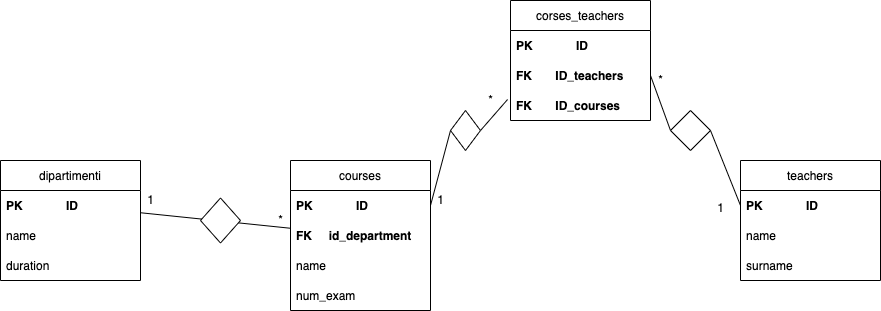
The draw.io diagram diagram.png in Vasmayer/db-university, before a commit. Source tidied: cells renumbered, new cells last; positions are measured from the earlier drawing's top-left corner, leaving out a move shared by most shapes. The source it was exported from:
```xml
<mxGraphModel>
  <root>
    <mxCell id="0" />
    <mxCell id="1" parent="0" />
    <mxCell id="2" value="dipartimenti" style="swimlane;fontStyle=0;horizontal=1;startSize=30;" parent="1" vertex="1">
      <mxGeometry y="160" width="140" height="120" as="geometry" />
    </mxCell>
    <mxCell id="3" value="PK             ID" style="text;strokeColor=none;fillColor=none;align=left;verticalAlign=middle;spacingLeft=4;spacingRight=4;overflow=hidden;points=[[0,0.5],[1,0.5]];portConstraint=eastwest;fontStyle=1;" parent="2" vertex="1">
      <mxGeometry y="30" width="140" height="30" as="geometry" />
    </mxCell>
    <mxCell id="4" value="name" style="text;strokeColor=none;fillColor=none;align=left;verticalAlign=middle;spacingLeft=4;spacingRight=4;overflow=hidden;" parent="2" vertex="1">
      <mxGeometry y="60" width="140" height="30" as="geometry" />
    </mxCell>
    <mxCell id="5" value="duration" style="text;strokeColor=none;fillColor=none;align=left;verticalAlign=middle;spacingLeft=4;spacingRight=4;overflow=hidden;" parent="2" vertex="1">
      <mxGeometry y="90" width="140" height="30" as="geometry" />
    </mxCell>
    <mxCell id="6" value="courses" style="swimlane;fontStyle=0;horizontal=1;startSize=30;" parent="1" vertex="1">
      <mxGeometry x="290" y="160" width="140" height="150" as="geometry" />
    </mxCell>
    <mxCell id="7" value="PK             ID" style="text;strokeColor=none;fillColor=none;align=left;verticalAlign=middle;spacingLeft=4;spacingRight=4;overflow=hidden;points=[[0,0.5],[1,0.5]];portConstraint=eastwest;fontStyle=1;" parent="6" vertex="1">
      <mxGeometry y="30" width="140" height="30" as="geometry" />
    </mxCell>
    <mxCell id="8" value="FK     id_department" style="text;strokeColor=none;fillColor=none;align=left;verticalAlign=middle;spacingLeft=4;spacingRight=4;overflow=hidden;points=[[0,0.5],[1,0.5]];portConstraint=eastwest;fontStyle=1;" parent="6" vertex="1">
      <mxGeometry y="60" width="140" height="30" as="geometry" />
    </mxCell>
    <mxCell id="9" value="name" style="text;strokeColor=none;fillColor=none;align=left;verticalAlign=middle;spacingLeft=4;spacingRight=4;overflow=hidden;" parent="6" vertex="1">
      <mxGeometry y="90" width="140" height="30" as="geometry" />
    </mxCell>
    <mxCell id="10" value="num_exam" style="text;strokeColor=none;fillColor=none;align=left;verticalAlign=middle;spacingLeft=4;spacingRight=4;overflow=hidden;" parent="6" vertex="1">
      <mxGeometry y="120" width="140" height="30" as="geometry" />
    </mxCell>
    <mxCell id="11" style="endArrow=none;html=1;rounded=0;" parent="1" edge="1" source="3" target="8">
      <mxGeometry relative="1" as="geometry" />
    </mxCell>
    <mxCell id="12" style="rhombus;whiteSpace=wrap;html=1;" parent="1" vertex="1">
      <mxGeometry x="200" y="197.5" width="40" height="45" as="geometry" />
    </mxCell>
    <mxCell id="13" value="1" style="text;html=1;align=center;verticalAlign=middle;fillColor=none;strokeColor=none;rounded=0;" parent="1" vertex="1">
      <mxGeometry x="140" y="190" width="20" height="20" as="geometry" />
    </mxCell>
    <mxCell id="14" value="*" style="text;html=1;align=center;verticalAlign=middle;fillColor=none;strokeColor=none;rounded=0;" parent="1" vertex="1">
      <mxGeometry x="270" y="210" width="20" height="20" as="geometry" />
    </mxCell>
    <mxCell id="15" value="teachers" style="swimlane;fontStyle=0;horizontal=1;startSize=30;" parent="1" vertex="1">
      <mxGeometry x="740" y="160" width="140" height="120" as="geometry" />
    </mxCell>
    <mxCell id="16" value="PK             ID" style="text;strokeColor=none;fillColor=none;align=left;verticalAlign=middle;spacingLeft=4;spacingRight=4;overflow=hidden;points=[[0,0.5],[1,0.5]];portConstraint=eastwest;fontStyle=1;" parent="15" vertex="1">
      <mxGeometry y="30" width="140" height="30" as="geometry" />
    </mxCell>
    <mxCell id="17" value="name" style="text;strokeColor=none;fillColor=none;align=left;verticalAlign=middle;spacingLeft=4;spacingRight=4;overflow=hidden;fontStyle=0;" parent="15" vertex="1">
      <mxGeometry y="60" width="140" height="30" as="geometry" />
    </mxCell>
    <mxCell id="18" value="surname" style="text;strokeColor=none;fillColor=none;align=left;verticalAlign=middle;spacingLeft=4;spacingRight=4;overflow=hidden;fontStyle=0;" parent="15" vertex="1">
      <mxGeometry y="90" width="140" height="30" as="geometry" />
    </mxCell>
    <mxCell id="19" value="corses_teachers" style="swimlane;fontStyle=0;horizontal=1;startSize=30;" parent="1" vertex="1">
      <mxGeometry x="510" width="140" height="120" as="geometry" />
    </mxCell>
    <mxCell id="20" value="PK             ID" style="text;strokeColor=none;fillColor=none;align=left;verticalAlign=middle;spacingLeft=4;spacingRight=4;overflow=hidden;points=[[0,0.5],[1,0.5]];portConstraint=eastwest;fontStyle=1;" parent="19" vertex="1">
      <mxGeometry y="30" width="140" height="30" as="geometry" />
    </mxCell>
    <mxCell id="21" value="FK       ID_teachers" style="text;strokeColor=none;fillColor=none;align=left;verticalAlign=middle;spacingLeft=4;spacingRight=4;overflow=hidden;points=[[0,0.5],[1,0.5]];portConstraint=eastwest;fontStyle=1;" parent="19" vertex="1">
      <mxGeometry y="60" width="140" height="30" as="geometry" />
    </mxCell>
    <mxCell id="22" value="FK       ID_courses" style="text;strokeColor=none;fillColor=none;align=left;verticalAlign=middle;spacingLeft=4;spacingRight=4;overflow=hidden;points=[[0,0.5],[1,0.5]];portConstraint=eastwest;fontStyle=1;" parent="19" vertex="1">
      <mxGeometry y="90" width="140" height="30" as="geometry" />
    </mxCell>
    <mxCell id="23" style="endArrow=none;html=1;rounded=0;entryX=-0.021;entryY=0.3;entryDx=0;entryDy=0;entryPerimeter=0;exitX=1;exitY=0.5;exitDx=0;exitDy=0;startArrow=none;" parent="1" edge="1" source="27" target="22">
      <mxGeometry relative="1" as="geometry" />
    </mxCell>
    <mxCell id="24" style="endArrow=none;html=1;rounded=0;entryX=1;entryY=0.5;entryDx=0;entryDy=0;exitX=0;exitY=0.5;exitDx=0;exitDy=0;startArrow=none;" parent="1" edge="1" source="25" target="21">
      <mxGeometry relative="1" as="geometry" />
    </mxCell>
    <mxCell id="25" style="rhombus;whiteSpace=wrap;html=1;" parent="1" vertex="1">
      <mxGeometry x="670" y="110" width="40" height="40" as="geometry" />
    </mxCell>
    <mxCell id="26" style="endArrow=none;html=1;rounded=0;entryX=1;entryY=0.5;entryDx=0;entryDy=0;exitX=0;exitY=0.5;exitDx=0;exitDy=0;" parent="1" edge="1" source="16" target="25">
      <mxGeometry relative="1" as="geometry" />
    </mxCell>
    <mxCell id="27" style="rhombus;whiteSpace=wrap;html=1;" parent="1" vertex="1">
      <mxGeometry x="450" y="110" width="30" height="40" as="geometry" />
    </mxCell>
    <mxCell id="28" style="endArrow=none;html=1;rounded=0;exitX=1;exitY=0.5;exitDx=0;exitDy=0;" parent="1" edge="1" source="7">
      <mxGeometry relative="1" as="geometry">
        <mxPoint x="450" y="130" as="targetPoint" />
      </mxGeometry>
    </mxCell>
    <mxCell id="29" value="*" style="text;html=1;align=center;verticalAlign=middle;fillColor=none;strokeColor=none;rounded=0;" parent="1" vertex="1">
      <mxGeometry x="480" y="90" width="20" height="20" as="geometry" />
    </mxCell>
    <mxCell id="30" value="1" style="text;html=1;align=center;verticalAlign=middle;fillColor=none;strokeColor=none;rounded=0;" parent="1" vertex="1">
      <mxGeometry x="430" y="190" width="20" height="20" as="geometry" />
    </mxCell>
    <mxCell id="31" value="*" style="text;html=1;align=center;verticalAlign=middle;fillColor=none;strokeColor=none;rounded=0;" parent="1" vertex="1">
      <mxGeometry x="650" y="70" width="20" height="20" as="geometry" />
    </mxCell>
    <mxCell id="32" value="1" style="text;html=1;align=center;verticalAlign=middle;fillColor=none;strokeColor=none;rounded=0;" parent="1" vertex="1">
      <mxGeometry x="710" y="197.5" width="20" height="20" as="geometry" />
    </mxCell>
  </root>
</mxGraphModel>
```
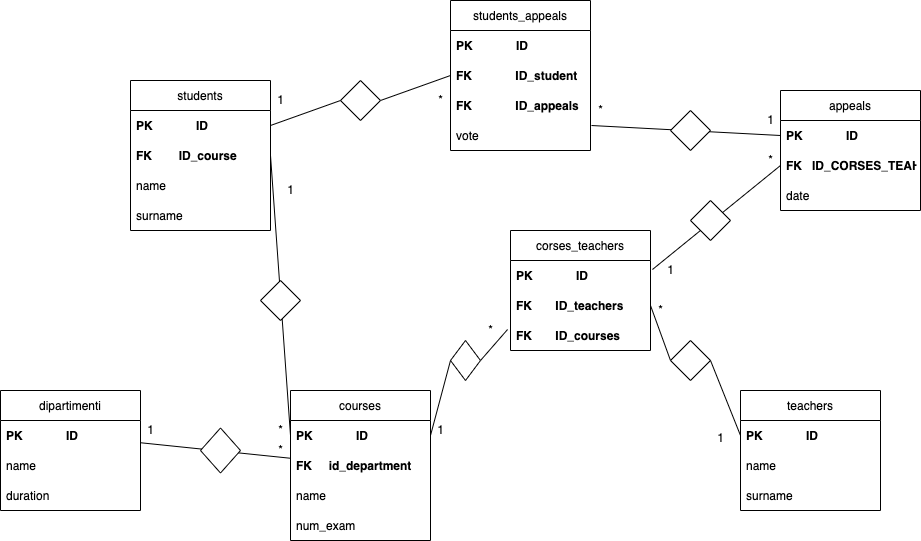
The same file after the commit.

Diff of the diagram source:
```diff
@@ -97,5 +97,98 @@
     <mxCell id="32" value="1" style="text;html=1;align=center;verticalAlign=middle;fillColor=none;strokeColor=none;rounded=0;" parent="1" vertex="1">
       <mxGeometry x="710" y="197.5" width="20" height="20" as="geometry" />
     </mxCell>
+    <mxCell id="33" value="appeals" style="swimlane;fontStyle=0;horizontal=1;startSize=30;" parent="1" vertex="1">
+      <mxGeometry x="780" y="-140" width="140" height="120" as="geometry" />
+    </mxCell>
+    <mxCell id="34" value="PK             ID" style="text;strokeColor=none;fillColor=none;align=left;verticalAlign=middle;spacingLeft=4;spacingRight=4;overflow=hidden;points=[[0,0.5],[1,0.5]];portConstraint=eastwest;fontStyle=1;" parent="33" vertex="1">
+      <mxGeometry y="30" width="140" height="30" as="geometry" />
+    </mxCell>
+    <mxCell id="35" value="FK   ID_CORSES_TEAHCERS" style="text;strokeColor=none;fillColor=none;align=left;verticalAlign=middle;spacingLeft=4;spacingRight=4;overflow=hidden;points=[[0,0.5],[1,0.5]];portConstraint=eastwest;fontStyle=1;" parent="33" vertex="1">
+      <mxGeometry y="60" width="140" height="30" as="geometry" />
+    </mxCell>
+    <mxCell id="36" value="date" style="text;strokeColor=none;fillColor=none;align=left;verticalAlign=middle;spacingLeft=4;spacingRight=4;overflow=hidden;fontStyle=0;" parent="33" vertex="1">
+      <mxGeometry y="90" width="140" height="30" as="geometry" />
+    </mxCell>
+    <mxCell id="37" style="endArrow=none;html=1;rounded=0;entryX=0;entryY=0.5;entryDx=0;entryDy=0;exitX=1.014;exitY=0.3;exitDx=0;exitDy=0;exitPerimeter=0;" parent="1" edge="1" source="20" target="35">
+      <mxGeometry relative="1" as="geometry" />
+    </mxCell>
+    <mxCell id="38" style="rhombus;whiteSpace=wrap;html=1;" parent="1" vertex="1">
+      <mxGeometry x="690" y="-30" width="40" height="40" as="geometry" />
+    </mxCell>
+    <mxCell id="39" value="*" style="text;html=1;align=center;verticalAlign=middle;fillColor=none;strokeColor=none;rounded=0;" parent="1" vertex="1">
+      <mxGeometry x="760" y="-80" width="20" height="20" as="geometry" />
+    </mxCell>
+    <mxCell id="40" value="1" style="text;html=1;align=center;verticalAlign=middle;fillColor=none;strokeColor=none;rounded=0;" parent="1" vertex="1">
+      <mxGeometry x="660" y="30" width="20" height="20" as="geometry" />
+    </mxCell>
+    <mxCell id="41" value="students" style="swimlane;fontStyle=0;horizontal=1;startSize=30;" parent="1" vertex="1">
+      <mxGeometry x="130" y="-150" width="140" height="150" as="geometry" />
+    </mxCell>
+    <mxCell id="42" value="PK             ID" style="text;strokeColor=none;fillColor=none;align=left;verticalAlign=middle;spacingLeft=4;spacingRight=4;overflow=hidden;points=[[0,0.5],[1,0.5]];portConstraint=eastwest;fontStyle=1;" parent="41" vertex="1">
+      <mxGeometry y="30" width="140" height="30" as="geometry" />
+    </mxCell>
+    <mxCell id="43" value="FK        ID_course" style="text;strokeColor=none;fillColor=none;align=left;verticalAlign=middle;spacingLeft=4;spacingRight=4;overflow=hidden;points=[[0,0.5],[1,0.5]];portConstraint=eastwest;fontStyle=1;" parent="41" vertex="1">
+      <mxGeometry y="60" width="140" height="30" as="geometry" />
+    </mxCell>
+    <mxCell id="44" value="name" style="text;strokeColor=none;fillColor=none;align=left;verticalAlign=middle;spacingLeft=4;spacingRight=4;overflow=hidden;fontStyle=0;" parent="41" vertex="1">
+      <mxGeometry y="90" width="140" height="30" as="geometry" />
+    </mxCell>
+    <mxCell id="45" value="surname" style="text;strokeColor=none;fillColor=none;align=left;verticalAlign=middle;spacingLeft=4;spacingRight=4;overflow=hidden;fontStyle=0;" parent="41" vertex="1">
+      <mxGeometry y="120" width="140" height="30" as="geometry" />
+    </mxCell>
+    <mxCell id="46" style="endArrow=none;html=1;rounded=0;entryX=1;entryY=0.5;entryDx=0;entryDy=0;exitX=0;exitY=0.5;exitDx=0;exitDy=0;" parent="1" edge="1" source="7" target="43">
+      <mxGeometry relative="1" as="geometry" />
+    </mxCell>
+    <mxCell id="47" style="rhombus;whiteSpace=wrap;html=1;" parent="1" vertex="1">
+      <mxGeometry x="260" y="50" width="40" height="40" as="geometry" />
+    </mxCell>
+    <mxCell id="48" value="1" style="text;html=1;align=center;verticalAlign=middle;fillColor=none;strokeColor=none;rounded=0;" parent="1" vertex="1">
+      <mxGeometry x="280" y="-50" width="20" height="20" as="geometry" />
+    </mxCell>
+    <mxCell id="49" value="*" style="text;html=1;align=center;verticalAlign=middle;fillColor=none;strokeColor=none;rounded=0;" parent="1" vertex="1">
+      <mxGeometry x="270" y="190" width="20" height="20" as="geometry" />
+    </mxCell>
+    <mxCell id="50" value="students_appeals" style="swimlane;fontStyle=0;horizontal=1;startSize=30;" parent="1" vertex="1">
+      <mxGeometry x="450" y="-230" width="140" height="150" as="geometry" />
+    </mxCell>
+    <mxCell id="51" value="PK             ID" style="text;strokeColor=none;fillColor=none;align=left;verticalAlign=middle;spacingLeft=4;spacingRight=4;overflow=hidden;fontStyle=1;" parent="50" vertex="1">
+      <mxGeometry y="30" width="140" height="30" as="geometry" />
+    </mxCell>
+    <mxCell id="52" value="FK             ID_student" style="text;strokeColor=none;fillColor=none;align=left;verticalAlign=middle;spacingLeft=4;spacingRight=4;overflow=hidden;points=[[0,0.5],[1,0.5]];portConstraint=eastwest;fontStyle=1;" parent="50" vertex="1">
+      <mxGeometry y="60" width="140" height="30" as="geometry" />
+    </mxCell>
+    <mxCell id="53" value="FK             ID_appeals" style="text;strokeColor=none;fillColor=none;align=left;verticalAlign=middle;spacingLeft=4;spacingRight=4;overflow=hidden;fontStyle=1;" parent="50" vertex="1">
+      <mxGeometry y="90" width="140" height="30" as="geometry" />
+    </mxCell>
+    <mxCell id="54" value="vote" style="text;strokeColor=none;fillColor=none;align=left;verticalAlign=middle;spacingLeft=4;spacingRight=4;overflow=hidden;points=[[0,0.5],[1,0.5]];portConstraint=eastwest;fontStyle=0;" parent="50" vertex="1">
+      <mxGeometry y="120" width="140" height="30" as="geometry" />
+    </mxCell>
+    <mxCell id="55" style="endArrow=none;html=1;rounded=0;entryX=0;entryY=0.5;entryDx=0;entryDy=0;exitX=1;exitY=0.5;exitDx=0;exitDy=0;startArrow=none;" parent="1" edge="1" source="57" target="52">
+      <mxGeometry relative="1" as="geometry" />
+    </mxCell>
+    <mxCell id="56" style="endArrow=none;html=1;rounded=0;entryX=0;entryY=0.5;entryDx=0;entryDy=0;exitX=1.007;exitY=0.167;exitDx=0;exitDy=0;exitPerimeter=0;" parent="1" edge="1" source="54" target="34">
+      <mxGeometry relative="1" as="geometry" />
+    </mxCell>
+    <mxCell id="57" style="rhombus;whiteSpace=wrap;html=1;" parent="1" vertex="1">
+      <mxGeometry x="340" y="-150" width="40" height="40" as="geometry" />
+    </mxCell>
+    <mxCell id="58" style="endArrow=none;html=1;rounded=0;entryX=0;entryY=0.5;entryDx=0;entryDy=0;exitX=1;exitY=0.5;exitDx=0;exitDy=0;" parent="1" edge="1" source="42" target="57">
+      <mxGeometry relative="1" as="geometry" />
+    </mxCell>
+    <mxCell id="59" style="rhombus;whiteSpace=wrap;html=1;" parent="1" vertex="1">
+      <mxGeometry x="670" y="-120" width="40" height="40" as="geometry" />
+    </mxCell>
+    <mxCell id="60" value="1" style="text;html=1;align=center;verticalAlign=middle;fillColor=none;strokeColor=none;rounded=0;" parent="1" vertex="1">
+      <mxGeometry x="270" y="-140" width="20" height="20" as="geometry" />
+    </mxCell>
+    <mxCell id="61" value="1" style="text;html=1;align=center;verticalAlign=middle;fillColor=none;strokeColor=none;rounded=0;" parent="1" vertex="1">
+      <mxGeometry x="760" y="-120" width="20" height="20" as="geometry" />
+    </mxCell>
+    <mxCell id="62" value="*" style="text;html=1;align=center;verticalAlign=middle;fillColor=none;strokeColor=none;rounded=0;" parent="1" vertex="1">
+      <mxGeometry x="430" y="-140" width="20" height="20" as="geometry" />
+    </mxCell>
+    <mxCell id="63" value="*" style="text;html=1;align=center;verticalAlign=middle;fillColor=none;strokeColor=none;rounded=0;" parent="1" vertex="1">
+      <mxGeometry x="590" y="-130" width="20" height="20" as="geometry" />
+    </mxCell>
   </root>
 </mxGraphModel>
```
